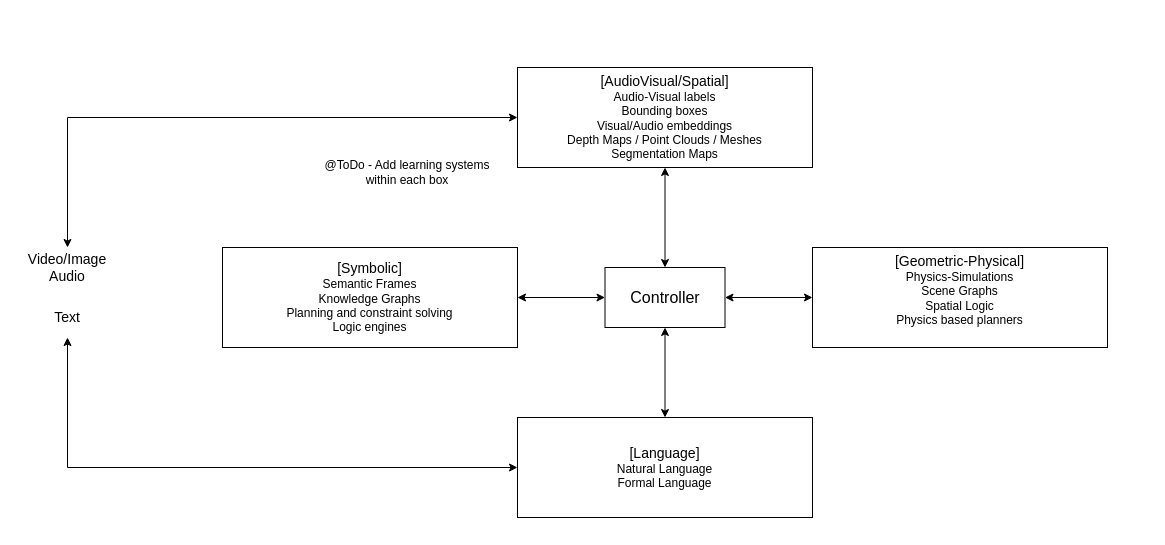
Above: design-docs/4-boxes.drawio in yashrahmed/VordMekh_project (draw.io), before the change. Source tidied: cells renumbered, new cells numbered last; positions are measured from the earlier drawing's top-left corner, leaving out a move shared by most shapes. Both pictures are drawn from the tidied source at 100%, with x=0, y=0 at pixel (17, 67).
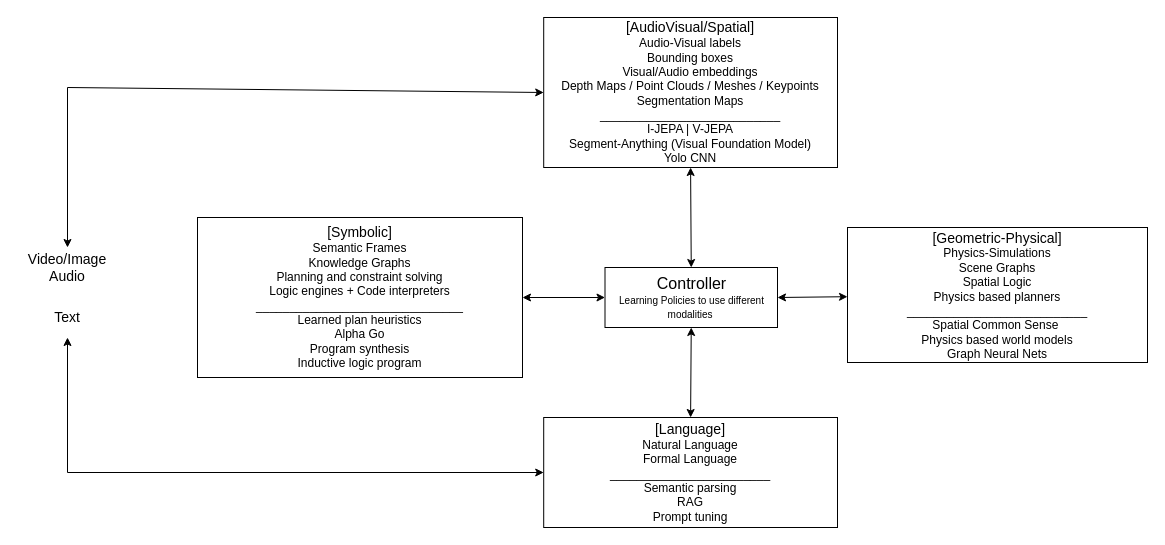
Above is the later version.

Commit message:
Adding some intra modal learning techniques

The edit, as a diff of the source:
```diff
@@
 <mxGraphModel>
   <root>
     <mxCell id="0" />
     <mxCell id="1" parent="0" />
-    <mxCell id="2" value="&lt;font style=&quot;font-size: 14px;&quot;&gt;[AudioVisual/Spatial]&lt;/font&gt;&lt;div&gt;&lt;span style=&quot;background-color: transparent; color: light-dark(rgb(0, 0, 0), rgb(255, 255, 255));&quot;&gt;Audio-Visual labels&lt;/span&gt;&lt;/div&gt;&lt;div&gt;Bounding boxes&lt;/div&gt;&lt;div&gt;Visual/Audio embeddings&lt;/div&gt;&lt;div&gt;Depth Maps / Point Clouds / Meshes&lt;/div&gt;&lt;div&gt;Segmentation Maps&lt;/div&gt;" style="rounded=0;whiteSpace=wrap;html=1;" parent="1" vertex="1">
-      <mxGeometry x="500" width="295" height="100" as="geometry" />
+    <mxCell id="2" value="&lt;font style=&quot;font-size: 14px;&quot;&gt;[AudioVisual/Spatial]&lt;/font&gt;&lt;div&gt;&lt;span style=&quot;background-color: transparent; color: light-dark(rgb(0, 0, 0), rgb(255, 255, 255));&quot;&gt;Audio-Visual labels&lt;/span&gt;&lt;/div&gt;&lt;div&gt;Bounding boxes&lt;/div&gt;&lt;div&gt;Visual/Audio embeddings&lt;/div&gt;&lt;div&gt;Depth Maps / Point Clouds / Meshes / Keypoints&lt;/div&gt;&lt;div&gt;Segmentation Maps&lt;br&gt;___________________________&lt;/div&gt;&lt;div&gt;I-JEPA | V-JEPA&lt;br&gt;&lt;/div&gt;&lt;div&gt;Segment-Anything (Visual Foundation Model)&lt;br&gt;Yolo CNN&lt;/div&gt;" style="rounded=0;whiteSpace=wrap;html=1;" parent="1" vertex="1">
+      <mxGeometry x="526.2" y="-50" width="293.8" height="150" as="geometry" />
     </mxCell>
-    <mxCell id="3" value="&lt;font style=&quot;font-size: 14px;&quot;&gt;[Geometric-Physical]&lt;/font&gt;&lt;div&gt;&lt;span style=&quot;background-color: transparent; color: light-dark(rgb(0, 0, 0), rgb(255, 255, 255));&quot;&gt;Physics-Simulations&lt;/span&gt;&lt;/div&gt;&lt;div&gt;&lt;span style=&quot;background-color: transparent; color: light-dark(rgb(0, 0, 0), rgb(255, 255, 255));&quot;&gt;Scene Graphs&lt;/span&gt;&lt;/div&gt;&lt;div&gt;&lt;span style=&quot;background-color: transparent; color: light-dark(rgb(0, 0, 0), rgb(255, 255, 255));&quot;&gt;Spatial Logic&lt;/span&gt;&lt;/div&gt;&lt;div&gt;&lt;span style=&quot;background-color: transparent; color: light-dark(rgb(0, 0, 0), rgb(255, 255, 255));&quot;&gt;Physics based planners&lt;/span&gt;&lt;/div&gt;&lt;div&gt;&lt;br&gt;&lt;/div&gt;" style="rounded=0;whiteSpace=wrap;html=1;" parent="1" vertex="1">
-      <mxGeometry x="795" y="180" width="295" height="100" as="geometry" />
+    <mxCell id="3" value="&lt;font style=&quot;font-size: 14px;&quot;&gt;[Geometric-Physical]&lt;/font&gt;&lt;div&gt;&lt;span style=&quot;background-color: transparent; color: light-dark(rgb(0, 0, 0), rgb(255, 255, 255));&quot;&gt;Physics-Simulations&lt;/span&gt;&lt;/div&gt;&lt;div&gt;&lt;span style=&quot;background-color: transparent; color: light-dark(rgb(0, 0, 0), rgb(255, 255, 255));&quot;&gt;Scene Graphs&lt;/span&gt;&lt;/div&gt;&lt;div&gt;&lt;span style=&quot;background-color: transparent; color: light-dark(rgb(0, 0, 0), rgb(255, 255, 255));&quot;&gt;Spatial Logic&lt;/span&gt;&lt;/div&gt;&lt;div&gt;&lt;span style=&quot;background-color: transparent; color: light-dark(rgb(0, 0, 0), rgb(255, 255, 255));&quot;&gt;Physics based planners&lt;/span&gt;&lt;/div&gt;&lt;div&gt;___________________________&lt;/div&gt;&lt;div&gt;&lt;div&gt;Spatial Common Sense&amp;nbsp;&lt;/div&gt;&lt;/div&gt;&lt;div&gt;Physics based world models&lt;/div&gt;&lt;div&gt;Graph Neural Nets&lt;/div&gt;" style="rounded=0;whiteSpace=wrap;html=1;" parent="1" vertex="1">
+      <mxGeometry x="830" y="160" width="300" height="135" as="geometry" />
     </mxCell>
-    <mxCell id="4" value="&lt;font style=&quot;font-size: 14px;&quot;&gt;[Symbolic]&lt;/font&gt;&lt;div&gt;Semantic Frames&lt;/div&gt;&lt;div&gt;&lt;span style=&quot;background-color: transparent; color: light-dark(rgb(0, 0, 0), rgb(255, 255, 255));&quot;&gt;Knowledge Graphs&lt;/span&gt;&lt;/div&gt;&lt;div&gt;&lt;span style=&quot;background-color: transparent; color: light-dark(rgb(0, 0, 0), rgb(255, 255, 255));&quot;&gt;Planning and constraint solving&lt;/span&gt;&lt;/div&gt;&lt;div&gt;Logic engines&lt;/div&gt;" style="rounded=0;whiteSpace=wrap;html=1;" parent="1" vertex="1">
-      <mxGeometry x="205" y="180" width="295" height="100" as="geometry" />
+    <mxCell id="4" value="&lt;font style=&quot;font-size: 14px;&quot;&gt;[Symbolic]&lt;/font&gt;&lt;div&gt;Semantic Frames&lt;/div&gt;&lt;div&gt;&lt;span style=&quot;background-color: transparent; color: light-dark(rgb(0, 0, 0), rgb(255, 255, 255));&quot;&gt;Knowledge Graphs&lt;/span&gt;&lt;/div&gt;&lt;div&gt;&lt;span style=&quot;background-color: transparent; color: light-dark(rgb(0, 0, 0), rgb(255, 255, 255));&quot;&gt;Planning and constraint solving&lt;/span&gt;&lt;/div&gt;&lt;div&gt;Logic engines + Code interpreters&lt;br&gt;_______________________________&lt;/div&gt;&lt;div&gt;Learned plan heuristics&lt;/div&gt;&lt;div&gt;Alpha Go&lt;/div&gt;&lt;div&gt;Program synthesis&lt;/div&gt;&lt;div&gt;Inductive logic program&lt;/div&gt;" style="rounded=0;whiteSpace=wrap;html=1;" parent="1" vertex="1">
+      <mxGeometry x="180" y="150" width="325" height="160" as="geometry" />
     </mxCell>
-    <mxCell id="5" value="&lt;font style=&quot;font-size: 14px;&quot;&gt;[Language]&lt;/font&gt;&lt;div&gt;Natural Language&lt;/div&gt;&lt;div&gt;Formal Language&lt;/div&gt;" style="rounded=0;whiteSpace=wrap;html=1;" parent="1" vertex="1">
-      <mxGeometry x="500" y="350" width="295" height="100" as="geometry" />
+    <mxCell id="5" value="&lt;font style=&quot;font-size: 14px;&quot;&gt;[Language]&lt;/font&gt;&lt;div&gt;Natural Language&lt;/div&gt;&lt;div&gt;Formal Language&lt;br&gt;________________________&lt;/div&gt;&lt;div&gt;Semantic parsing&lt;/div&gt;&lt;div&gt;RAG&lt;/div&gt;&lt;div&gt;Prompt tuning&lt;/div&gt;" style="rounded=0;whiteSpace=wrap;html=1;" parent="1" vertex="1">
+      <mxGeometry x="526.2" y="350" width="293.8" height="110" as="geometry" />
     </mxCell>
-    <mxCell id="6" value="&lt;font style=&quot;font-size: 16px;&quot;&gt;Controller&lt;/font&gt;" style="rounded=0;whiteSpace=wrap;html=1;" parent="1" vertex="1">
-      <mxGeometry x="587.5" y="200" width="120" height="60" as="geometry" />
+    <mxCell id="6" value="&lt;font style=&quot;font-size: 16px;&quot;&gt;Controller&lt;/font&gt;&lt;div&gt;&lt;font size=&quot;1&quot;&gt;Learning Policies to use different modalities&amp;nbsp;&lt;/font&gt;&lt;/div&gt;" style="rounded=0;whiteSpace=wrap;html=1;" parent="1" vertex="1">
+      <mxGeometry x="587.5" y="200" width="172.5" height="60" as="geometry" />
     </mxCell>
     <mxCell id="7" style="endArrow=classic;startArrow=classic;html=1;rounded=0;entryX=0.5;entryY=1;entryDx=0;entryDy=0;exitX=0.5;exitY=0;exitDx=0;exitDy=0;" parent="1" edge="1" source="6" target="2">
       <mxGeometry relative="1" as="geometry" />
     </mxCell>
     <mxCell id="8" style="endArrow=classic;startArrow=classic;html=1;rounded=0;exitX=0.5;exitY=0;exitDx=0;exitDy=0;entryX=0.5;entryY=1;entryDx=0;entryDy=0;" parent="1" edge="1" source="5" target="6">
       <mxGeometry relative="1" as="geometry" />
     </mxCell>
     <mxCell id="9" style="endArrow=classic;startArrow=classic;html=1;rounded=0;exitX=1;exitY=0.5;exitDx=0;exitDy=0;entryX=0;entryY=0.5;entryDx=0;entryDy=0;" parent="1" edge="1" source="4" target="6">
       <mxGeometry relative="1" as="geometry" />
     </mxCell>
     <mxCell id="10" style="endArrow=classic;startArrow=classic;html=1;rounded=0;exitX=1;exitY=0.5;exitDx=0;exitDy=0;" parent="1" edge="1" source="6" target="3">
       <mxGeometry relative="1" as="geometry" />
     </mxCell>
     <mxCell id="11" value="&lt;font style=&quot;font-size: 14px;&quot;&gt;Video/Image&lt;br&gt;&lt;/font&gt;&lt;div&gt;&lt;font style=&quot;font-size: 14px;&quot;&gt;Audio&lt;/font&gt;&lt;/div&gt;" style="text;html=1;align=center;verticalAlign=middle;whiteSpace=wrap;rounded=0;" parent="1" vertex="1">
       <mxGeometry y="180" width="100" height="40" as="geometry" />
     </mxCell>
     <mxCell id="12" value="&lt;span style=&quot;font-size: 14px;&quot;&gt;Text&lt;/span&gt;" style="text;html=1;align=center;verticalAlign=middle;whiteSpace=wrap;rounded=0;" parent="1" vertex="1">
       <mxGeometry y="230" width="100" height="40" as="geometry" />
     </mxCell>
     <mxCell id="13" style="endArrow=classic;startArrow=classic;html=1;rounded=0;entryX=0;entryY=0.5;entryDx=0;entryDy=0;exitX=0.5;exitY=0;exitDx=0;exitDy=0;" parent="1" edge="1" source="11" target="2">
       <mxGeometry relative="1" as="geometry">
         <Array as="points">
-          <mxPoint x="50" y="50" />
+          <mxPoint x="50" y="20" />
         </Array>
       </mxGeometry>
     </mxCell>
     <mxCell id="14" style="endArrow=classic;startArrow=classic;html=1;rounded=0;entryX=0;entryY=0.5;entryDx=0;entryDy=0;exitX=0.5;exitY=1;exitDx=0;exitDy=0;" parent="1" edge="1" source="12" target="5">
       <mxGeometry relative="1" as="geometry">
         <Array as="points">
-          <mxPoint x="50" y="400" />
+          <mxPoint x="50" y="405" />
         </Array>
       </mxGeometry>
     </mxCell>
-    <mxCell id="15" value="@ToDo - Add learning systems within each box" style="text;html=1;align=center;verticalAlign=middle;whiteSpace=wrap;rounded=0;" parent="1" vertex="1">
-      <mxGeometry x="300" y="90" width="180" height="30" as="geometry" />
-    </mxCell>
   </root>
 </mxGraphModel>
```
